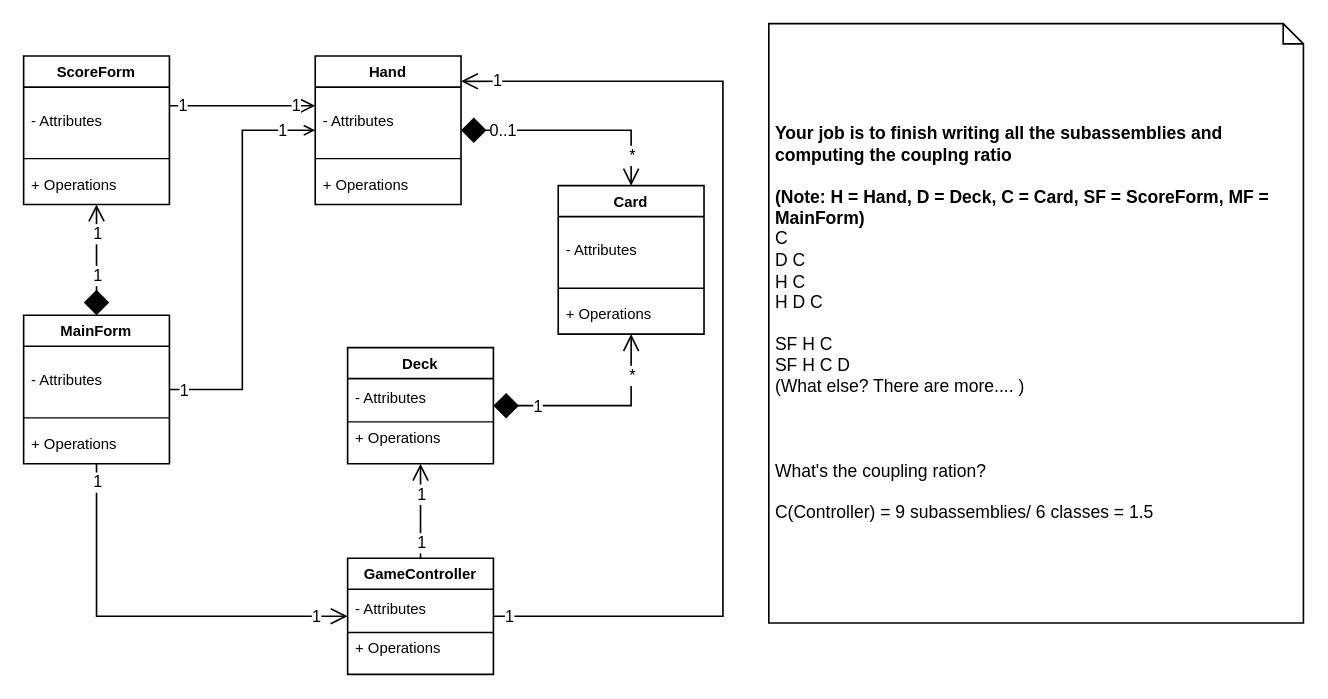
sammcanany/drawio keeps this draw.io diagram as page "Controller" (2 of 3) of Lab4.drawio. Above is the earlier version. Source tidied: cells renumbered, new cells numbered last; positions are measured from the earlier drawing's top-left corner, leaving out a move shared by most shapes. Both pictures are drawn from the tidied source at 135%, with x=0, y=0 at pixel (23, 23).
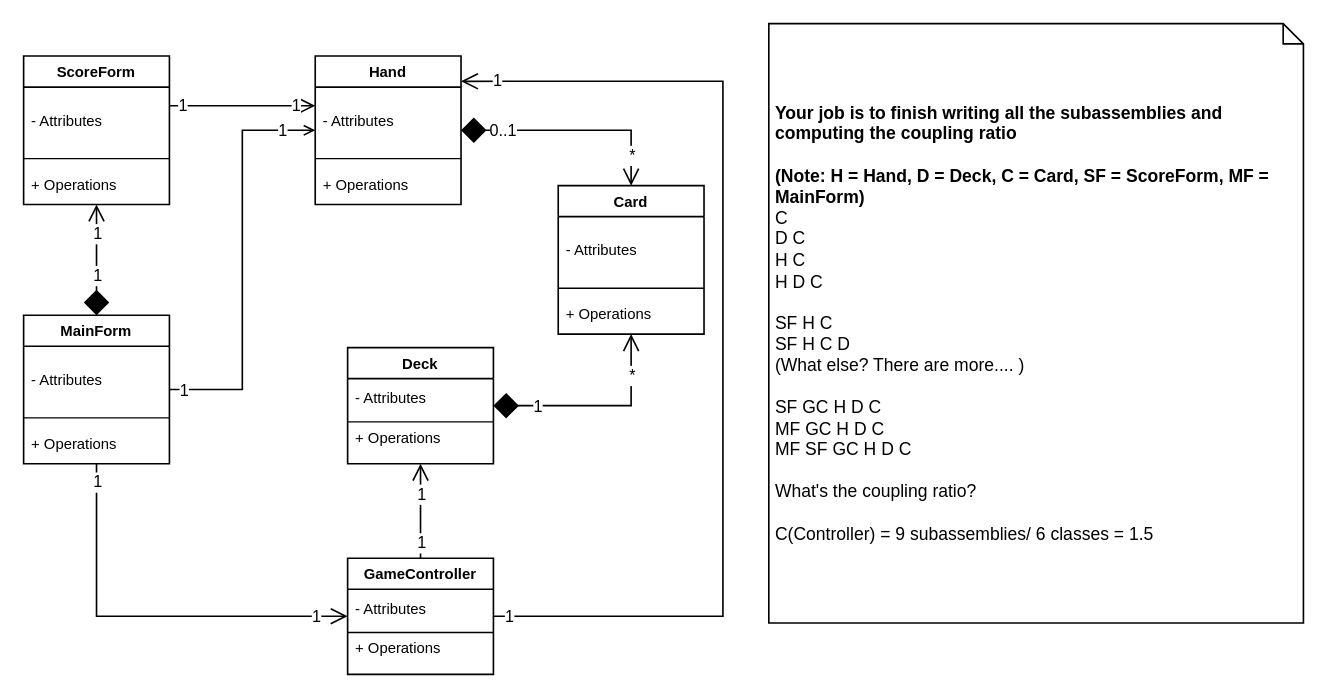
The same page after the edit.

What changed in the source:
```diff
@@
-    <mxCell id="2" value="Your job is to finish writing all the subassemblies and computing the couplng ratio&lt;br&gt;&lt;br&gt;(Note: H = Hand, D = Deck, C = Card, SF = ScoreForm, MF = MainForm)&lt;br&gt;&lt;span style=&quot;font-weight: normal&quot;&gt;C&lt;br&gt;D C&lt;br&gt;H C&lt;br&gt;H D C&lt;br&gt;&lt;br&gt;SF H C&lt;br&gt;SF H C D&lt;br&gt;(What else? There are more.... )&lt;br&gt;&lt;br&gt;&lt;br&gt;&lt;br&gt;What's the coupling ration?&lt;br&gt;&lt;br&gt;C(Controller) = 9 subassemblies/ 6 classes = 1.5&lt;/span&gt;" style="html=1;whiteSpace=wrap;shape=note;size=15;fontSize=13;fontColor=#000000;fontStyle=1;spacing=5;strokeOpacity=100;strokeWidth=1.2;align=left;" parent="1" vertex="1">
+    <mxCell id="2" value="Your job is to finish writing all the subassemblies and computing the coupling ratio&lt;br&gt;&lt;br&gt;(Note: H = Hand, D = Deck, C = Card, SF = ScoreForm, MF = MainForm)&lt;br&gt;&lt;span style=&quot;font-weight: normal&quot;&gt;C&lt;br&gt;D C&lt;br&gt;H C&lt;br&gt;H D C&lt;br&gt;&lt;br&gt;SF H C&lt;br&gt;SF H C D&lt;br&gt;(What else? There are more.... )&lt;br&gt;&lt;br&gt;&lt;/span&gt;&lt;span style=&quot;font-weight: normal&quot;&gt;SF&amp;nbsp;&lt;/span&gt;&lt;span style=&quot;font-weight: 400&quot;&gt;GC&lt;/span&gt;&lt;span style=&quot;font-weight: normal&quot;&gt;&amp;nbsp;H D C&lt;br&gt;&lt;/span&gt;&lt;span style=&quot;font-weight: normal&quot;&gt;MF&amp;nbsp;&lt;/span&gt;&lt;span style=&quot;font-weight: 400&quot;&gt;GC&lt;/span&gt;&lt;span style=&quot;font-weight: normal&quot;&gt;&amp;nbsp;H D C&lt;/span&gt;&lt;span style=&quot;font-weight: normal&quot;&gt;&lt;br&gt;MF SF&amp;nbsp;&lt;/span&gt;&lt;span style=&quot;font-weight: 400&quot;&gt;GC&lt;/span&gt;&lt;span style=&quot;font-weight: normal&quot;&gt;&amp;nbsp;H D C&lt;br&gt;&lt;br&gt;What's the coupling ratio?&lt;br&gt;&lt;br&gt;C(Controller) = 9 subassemblies/ 6 classes = 1.5&lt;/span&gt;" style="html=1;whiteSpace=wrap;shape=note;size=15;fontSize=13;fontColor=#000000;fontStyle=1;spacing=5;strokeOpacity=100;strokeWidth=1.2;align=left;" parent="1" vertex="1">
       <mxGeometry x="552" width="396" height="444" as="geometry" />
     </mxCell>
```
